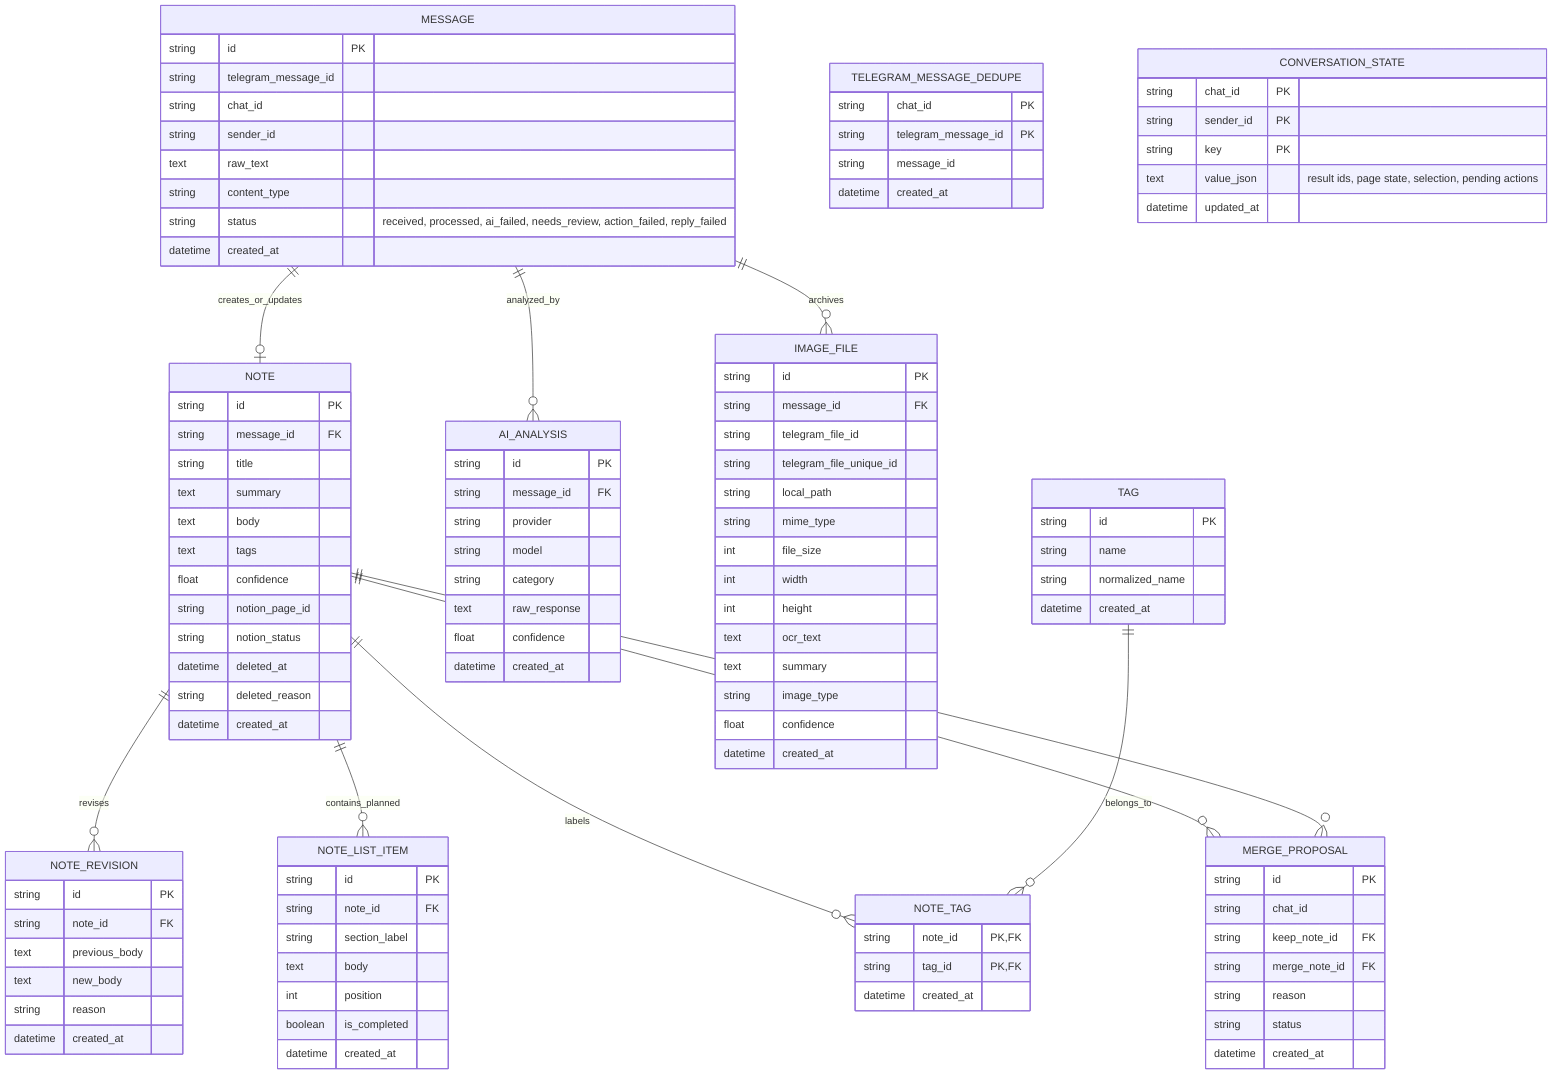
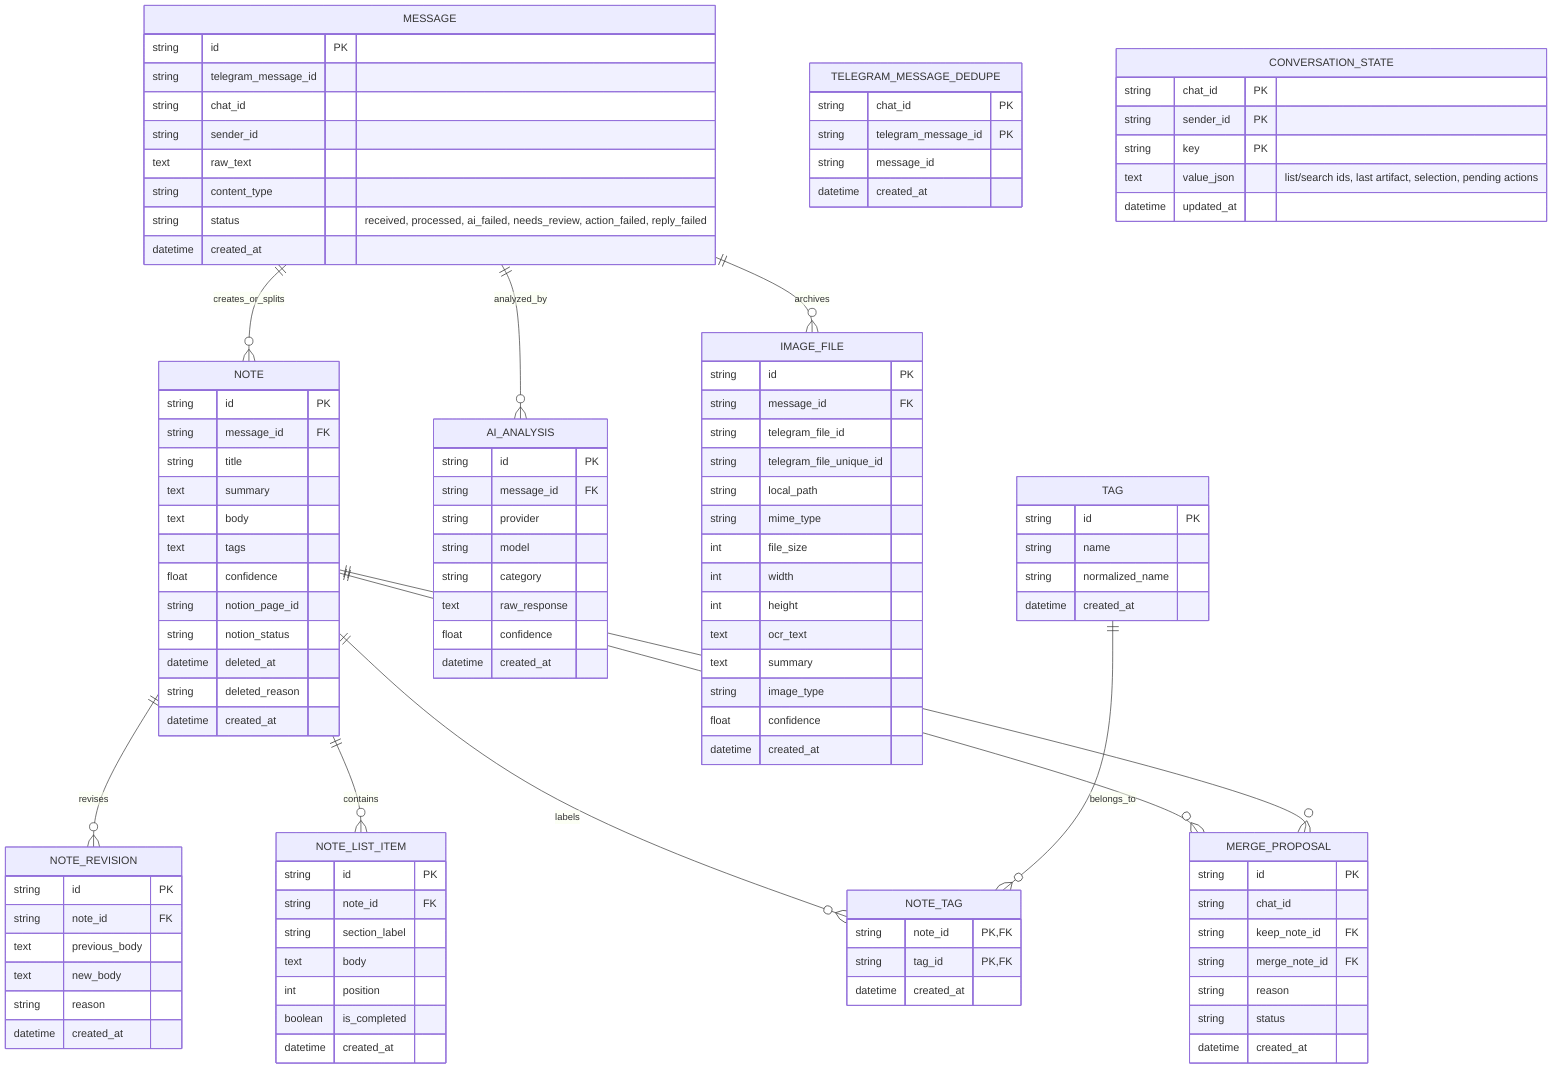
erDiagram
    MESSAGE {
        string id PK
        string telegram_message_id
        string chat_id
        string sender_id
        text raw_text
        string content_type
        string status "received, processed, ai_failed, needs_review, action_failed, reply_failed"
        datetime created_at
    }

    TELEGRAM_MESSAGE_DEDUPE {
        string chat_id PK
        string telegram_message_id PK
        string message_id
        datetime created_at
    }

    NOTE {
        string id PK
        string message_id FK
        string title
        text summary
        text body
        text tags
        float confidence
        string notion_page_id
        string notion_status
        datetime deleted_at
        string deleted_reason
        datetime created_at
    }

    AI_ANALYSIS {
        string id PK
        string message_id FK
        string provider
        string model
        string category
        text raw_response
        float confidence
        datetime created_at
    }

    IMAGE_FILE {
        string id PK
        string message_id FK
        string telegram_file_id
        string telegram_file_unique_id
        string local_path
        string mime_type
        int file_size
        int width
        int height
        text ocr_text
        text summary
        string image_type
        float confidence
        datetime created_at
    }

    TAG {
        string id PK
        string name
        string normalized_name
        datetime created_at
    }

    NOTE_TAG {
        string note_id PK, FK
        string tag_id PK, FK
        datetime created_at
    }

    MERGE_PROPOSAL {
        string id PK
        string chat_id
        string keep_note_id FK
        string merge_note_id FK
        string reason
        string status
        datetime created_at
    }

    CONVERSATION_STATE {
        string chat_id PK
        string sender_id PK
        string key PK
-         text value_json "result ids, page state, selection, pending actions"
+         text value_json "list/search ids, last artifact, selection, pending actions"
        datetime updated_at
    }

    NOTE_REVISION {
        string id PK
        string note_id FK
        text previous_body
        text new_body
        string reason
        datetime created_at
    }

    NOTE_LIST_ITEM {
        string id PK
        string note_id FK
        string section_label
        text body
        int position
        boolean is_completed
        datetime created_at
    }

-     MESSAGE ||--o| NOTE : creates_or_updates
+     MESSAGE ||--o{ NOTE : creates_or_splits
    MESSAGE ||--o{ AI_ANALYSIS : analyzed_by
    MESSAGE ||--o{ IMAGE_FILE : archives
    NOTE ||--o{ NOTE_REVISION : revises
-     NOTE ||--o{ NOTE_LIST_ITEM : contains_planned
+     NOTE ||--o{ NOTE_LIST_ITEM : contains
    NOTE ||--o{ NOTE_TAG : labels
    TAG ||--o{ NOTE_TAG : belongs_to
    NOTE ||--o{ MERGE_PROPOSAL : keep_target
    NOTE ||--o{ MERGE_PROPOSAL : merge_target